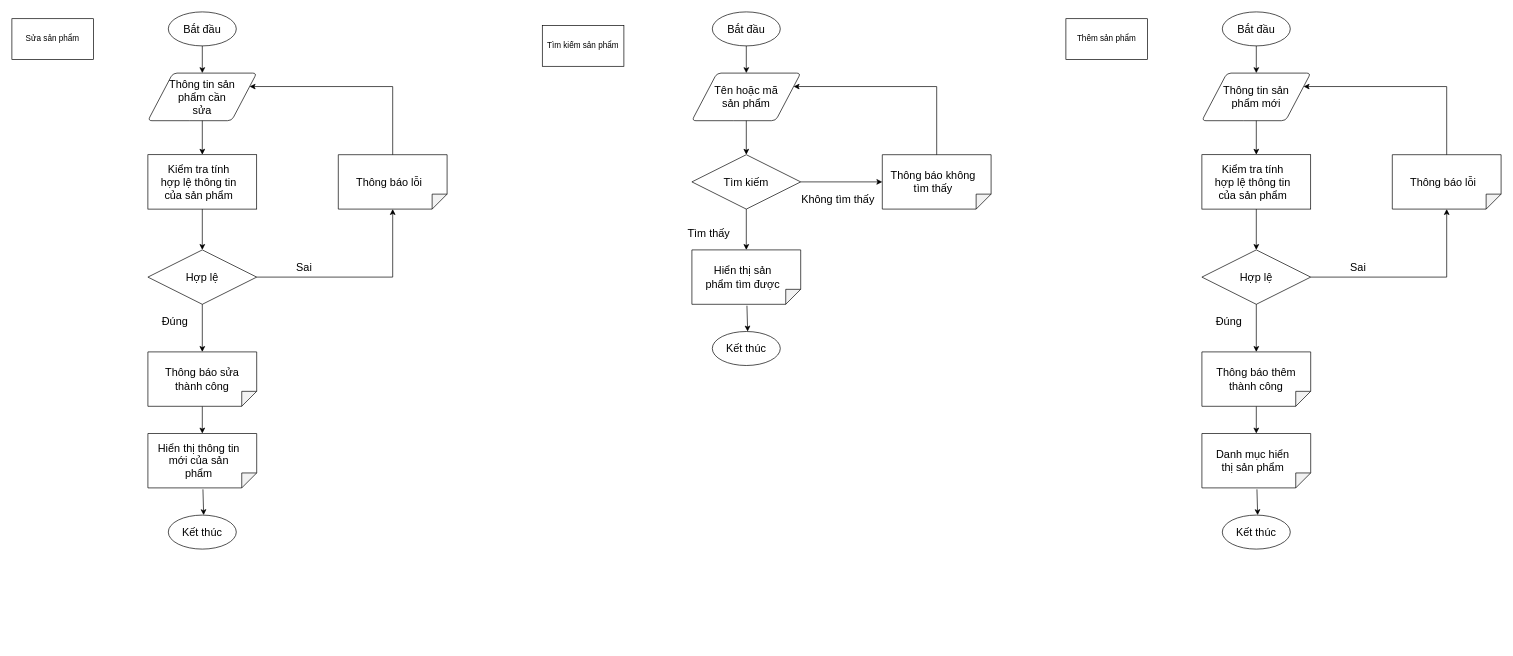
This is BRD & PRD/PRD/Drawio/Workflow_QL sản phẩm.drawio from hungtadasuke/CoffeShop_SoftwareTechnology, a draw.io file, before an edit. Source tidied: cells renumbered, new cells numbered last; positions are measured from the earlier drawing's top-left corner, leaving out a move shared by most shapes. Both pictures are drawn from the tidied source at 68%, with x=0, y=0 at pixel (12, 12).
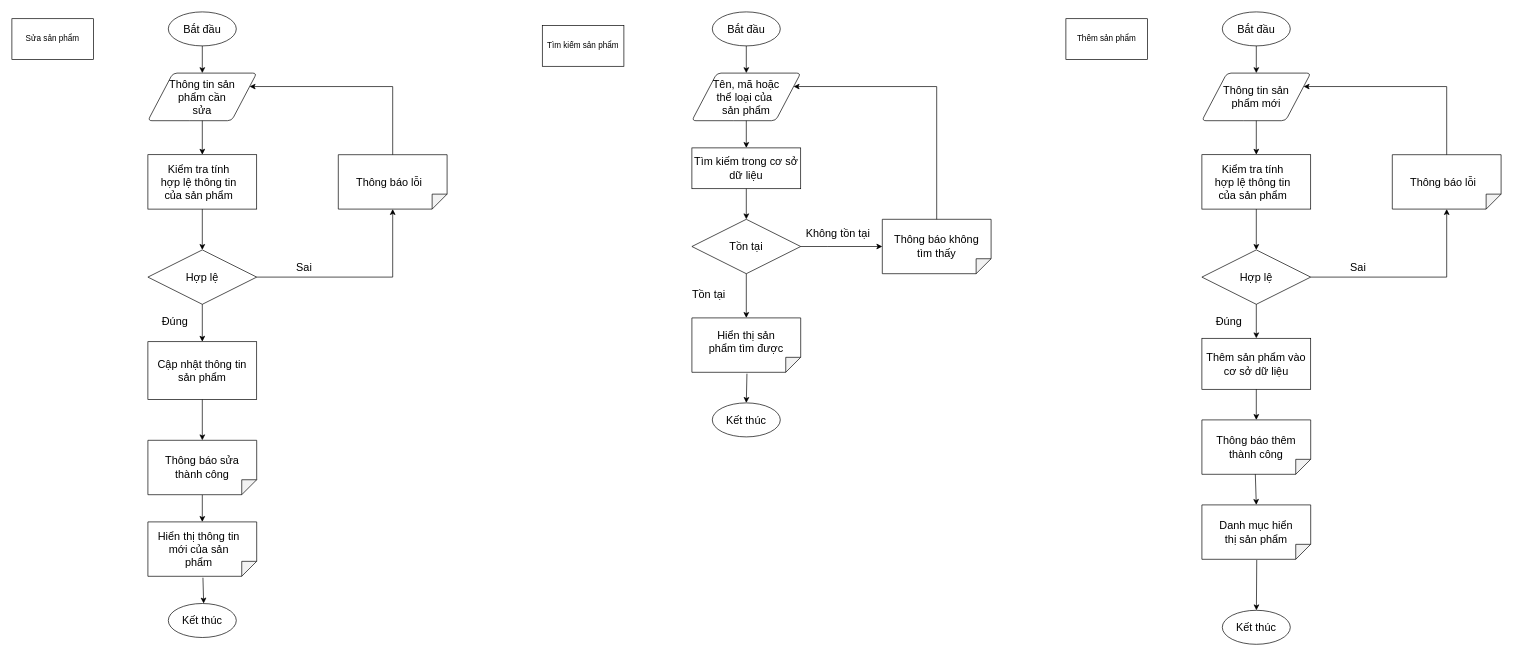
The same diagram, later.

Unchanged cells that the change refers to:
```xml
<mxCell id="11" style="rhombus;whiteSpace=wrap;html=1;fontSize=16;strokeWidth=1;" parent="1" vertex="1">
  <mxGeometry x="1750" y="350" width="160" height="80" as="geometry" />
</mxCell>
<mxCell id="58" style="rhombus;whiteSpace=wrap;html=1;fontSize=16;strokeWidth=1;" parent="1" vertex="1">
  <mxGeometry x="200" y="350" width="160" height="80" as="geometry" />
</mxCell>
```

The edit, as a diff of the source:
```diff
@@
-    <mxCell id="13" style="endArrow=classic;html=1;rounded=0;fontSize=16;strokeWidth=1;exitX=0.5;exitY=1;exitDx=0;exitDy=0;" parent="1" edge="1" source="11">
-      <mxGeometry relative="1" as="geometry">
-        <mxPoint x="1830" y="500" as="targetPoint" />
-      </mxGeometry>
+    <mxCell id="13" style="endArrow=classic;html=1;rounded=0;fontSize=16;strokeWidth=1;exitX=0.5;exitY=1;exitDx=0;exitDy=0;entryX=0.5;entryY=0;entryDx=0;entryDy=0;" parent="1" edge="1" source="11" target="76">
+      <mxGeometry relative="1" as="geometry" />
     </mxCell>
@@
     <mxCell id="15" style="shape=note;whiteSpace=wrap;html=1;backgroundOutline=1;darkOpacity=0.05;fontSize=16;strokeWidth=1;rotation=90;size=22;" parent="1" vertex="1">
-      <mxGeometry x="1790" y="580" width="80" height="160" as="geometry" />
+      <mxGeometry x="1790" y="685" width="80" height="160" as="geometry" />
     </mxCell>
-    <mxCell id="16" style="endArrow=classic;html=1;rounded=0;fontSize=16;strokeWidth=1;exitX=0.5;exitY=1;exitDx=0;exitDy=0;" parent="1" edge="1">
-      <mxGeometry relative="1" as="geometry">
-        <mxPoint x="1830" y="580" as="sourcePoint" />
-        <mxPoint x="1830" y="620" as="targetPoint" />
-      </mxGeometry>
+    <mxCell id="16" style="endArrow=classic;html=1;rounded=0;fontSize=16;strokeWidth=1;exitX=0.993;exitY=0.509;exitDx=0;exitDy=0;entryX=0;entryY=0.5;entryDx=0;entryDy=0;entryPerimeter=0;exitPerimeter=0;" parent="1" edge="1" source="25" target="15">
+      <mxGeometry relative="1" as="geometry" />
     </mxCell>
     <mxCell id="17" value="Danh mục hiển thị sản phẩm" style="text;html=1;strokeColor=none;fillColor=none;align=center;verticalAlign=middle;whiteSpace=wrap;rounded=0;fontSize=16;fontStyle=0;strokeWidth=1;" parent="1" vertex="1">
-      <mxGeometry x="1760" y="645" width="130" height="30" as="geometry" />
+      <mxGeometry x="1765" y="750" width="130" height="30" as="geometry" />
     </mxCell>
@@
-    <mxCell id="20" style="endArrow=classic;html=1;rounded=0;fontSize=16;strokeWidth=1;exitX=1.026;exitY=0.494;exitDx=0;exitDy=0;exitPerimeter=0;" parent="1" edge="1" source="15">
-      <mxGeometry relative="1" as="geometry">
-        <mxPoint x="1832" y="740" as="targetPoint" />
-      </mxGeometry>
+    <mxCell id="20" style="endArrow=classic;html=1;rounded=0;fontSize=16;strokeWidth=1;exitX=1.013;exitY=0.496;exitDx=0;exitDy=0;exitPerimeter=0;" parent="1" edge="1" source="15" target="21">
+      <mxGeometry relative="1" as="geometry" />
     </mxCell>
-    <mxCell id="21" style="strokeWidth=1;html=1;shape=mxgraph.flowchart.start_1;whiteSpace=wrap;fontStyle=0;fontSize=16;" parent="1" vertex="1">
-      <mxGeometry x="1780" y="740" width="100" height="50" as="geometry" />
+    <mxCell id="21" value="&lt;span&gt;Kết thúc&lt;/span&gt;" style="strokeWidth=1;html=1;shape=mxgraph.flowchart.start_1;whiteSpace=wrap;fontStyle=0;fontSize=16;" parent="1" vertex="1">
+      <mxGeometry x="1780" y="880" width="100" height="50" as="geometry" />
     </mxCell>
-    <mxCell id="22" value="&lt;span style=&quot;font-size: 16px&quot;&gt;&lt;font style=&quot;font-size: 16px&quot;&gt;Kết thúc&lt;/font&gt;&lt;/span&gt;" style="text;html=1;strokeColor=none;fillColor=none;align=center;verticalAlign=middle;whiteSpace=wrap;rounded=0;strokeWidth=1;fontStyle=0;fontSize=16;" parent="1" vertex="1">
-      <mxGeometry x="1795" y="750" width="70" height="30" as="geometry" />
-    </mxCell>
@@
     <mxCell id="25" style="shape=note;whiteSpace=wrap;html=1;backgroundOutline=1;darkOpacity=0.05;fontSize=16;strokeWidth=1;rotation=90;size=22;" parent="1" vertex="1">
-      <mxGeometry x="1790" y="460" width="80" height="160" as="geometry" />
+      <mxGeometry x="1790" y="560" width="80" height="160" as="geometry" />
     </mxCell>
     <mxCell id="26" value="&lt;span style=&quot;font-size: 16px ; background-color: rgb(255 , 255 , 255)&quot;&gt;Thông báo thêm thành công&lt;/span&gt;" style="text;html=1;strokeColor=none;fillColor=none;align=center;verticalAlign=middle;whiteSpace=wrap;rounded=0;" parent="1" vertex="1">
-      <mxGeometry x="1770" y="525" width="120" height="30" as="geometry" />
+      <mxGeometry x="1770" y="625" width="120" height="30" as="geometry" />
     </mxCell>
@@
-    <mxCell id="34" value="Tên hoặc mã sản phẩm" style="text;html=1;strokeColor=none;fillColor=none;align=center;verticalAlign=middle;whiteSpace=wrap;rounded=0;fontSize=16;fontStyle=0;strokeWidth=1;" parent="1" vertex="1">
+    <mxCell id="34" value="Tên, mã&amp;nbsp;&lt;font style=&quot;font-size: 16px&quot;&gt;&lt;span lang=&quot;VI&quot; style=&quot;line-height: 107%&quot;&gt;hoặc thể loại&lt;/span&gt;&lt;span style=&quot;line-height: 107%&quot;&gt; của&lt;/span&gt;&lt;/font&gt;&lt;span style=&quot;font-size: 13pt ; line-height: 107%&quot;&gt;&amp;nbsp;&lt;/span&gt;&lt;br&gt;sản phẩm" style="text;html=1;strokeColor=none;fillColor=none;align=center;verticalAlign=middle;whiteSpace=wrap;rounded=0;fontSize=16;fontStyle=0;strokeWidth=1;" parent="1" vertex="1">
       <mxGeometry x="1030" y="110" width="100" height="30" as="geometry" />
     </mxCell>
-    <mxCell id="35" style="endArrow=classic;html=1;rounded=0;fontSize=16;strokeWidth=1;" parent="1" edge="1">
+    <mxCell id="35" style="endArrow=classic;html=1;rounded=0;fontSize=16;strokeWidth=1;entryX=0.5;entryY=0;entryDx=0;entryDy=0;" parent="1" edge="1" target="78">
       <mxGeometry relative="1" as="geometry">
         <mxPoint x="1080" y="160" as="sourcePoint" />
-        <mxPoint x="1080" y="210" as="targetPoint" />
       </mxGeometry>
     </mxCell>
-    <mxCell id="36" value="Tìm kiếm" style="rhombus;whiteSpace=wrap;html=1;fontSize=16;strokeWidth=1;" parent="1" vertex="1">
-      <mxGeometry x="1000" y="210" width="160" height="80" as="geometry" />
+    <mxCell id="36" value="Tồn tại" style="rhombus;whiteSpace=wrap;html=1;fontSize=16;strokeWidth=1;" parent="1" vertex="1">
+      <mxGeometry x="1000" y="305" width="160" height="80" as="geometry" />
     </mxCell>
-    <mxCell id="37" value="&lt;span style=&quot;font-size: 16px&quot;&gt;&lt;font style=&quot;font-size: 16px&quot;&gt;Tìm thấy&lt;/font&gt;&lt;/span&gt;" style="text;html=1;strokeColor=none;fillColor=none;align=center;verticalAlign=middle;whiteSpace=wrap;rounded=0;strokeWidth=1;fontStyle=0;fontSize=16;" parent="1" vertex="1">
-      <mxGeometry x="990" y="310" width="70" height="30" as="geometry" />
+    <mxCell id="37" value="Tồn tại" style="text;html=1;strokeColor=none;fillColor=none;align=center;verticalAlign=middle;whiteSpace=wrap;rounded=0;strokeWidth=1;fontStyle=0;fontSize=16;" parent="1" vertex="1">
+      <mxGeometry x="990" y="400" width="70" height="30" as="geometry" />
     </mxCell>
-    <mxCell id="38" style="endArrow=classic;html=1;rounded=0;fontSize=16;strokeWidth=1;exitX=0.5;exitY=1;exitDx=0;exitDy=0;" parent="1" edge="1" source="36">
-      <mxGeometry relative="1" as="geometry">
-        <mxPoint x="1080" y="350" as="targetPoint" />
-      </mxGeometry>
+    <mxCell id="38" style="endArrow=classic;html=1;rounded=0;fontSize=16;strokeWidth=1;exitX=0.5;exitY=1;exitDx=0;exitDy=0;" parent="1" edge="1" source="36" target="39">
+      <mxGeometry relative="1" as="geometry" />
     </mxCell>
     <mxCell id="39" style="shape=note;whiteSpace=wrap;html=1;backgroundOutline=1;darkOpacity=0.05;fontSize=16;strokeWidth=1;rotation=90;size=22;" parent="1" vertex="1">
-      <mxGeometry x="1040" y="310" width="80" height="160" as="geometry" />
+      <mxGeometry x="1040" y="410" width="80" height="160" as="geometry" />
     </mxCell>
     <mxCell id="40" value="Hiển thị sản phẩm tìm được" style="text;html=1;strokeColor=none;fillColor=none;align=center;verticalAlign=middle;whiteSpace=wrap;rounded=0;fontSize=16;fontStyle=0;strokeWidth=1;" parent="1" vertex="1">
-      <mxGeometry x="1010" y="375" width="130" height="30" as="geometry" />
+      <mxGeometry x="1015" y="470" width="130" height="30" as="geometry" />
     </mxCell>
-    <mxCell id="41" value="Không tìm thấy" style="text;html=1;strokeColor=none;fillColor=none;align=center;verticalAlign=middle;whiteSpace=wrap;rounded=0;fontSize=16;" parent="1" vertex="1">
-      <mxGeometry x="1160" y="260" width="110" height="30" as="geometry" />
+    <mxCell id="41" value="Không tồn tại" style="text;html=1;strokeColor=none;fillColor=none;align=center;verticalAlign=middle;whiteSpace=wrap;rounded=0;fontSize=16;" parent="1" vertex="1">
+      <mxGeometry x="1160" y="310" width="110" height="30" as="geometry" />
     </mxCell>
-    <mxCell id="42" style="endArrow=classic;html=1;rounded=0;fontSize=16;strokeWidth=1;exitX=1.026;exitY=0.494;exitDx=0;exitDy=0;exitPerimeter=0;" parent="1" edge="1" source="39">
-      <mxGeometry relative="1" as="geometry">
-        <mxPoint x="1082" y="470" as="targetPoint" />
-      </mxGeometry>
+    <mxCell id="42" style="endArrow=classic;html=1;rounded=0;fontSize=16;strokeWidth=1;exitX=1.026;exitY=0.494;exitDx=0;exitDy=0;exitPerimeter=0;entryX=0.5;entryY=0;entryDx=0;entryDy=0;entryPerimeter=0;" parent="1" edge="1" source="39" target="43">
+      <mxGeometry relative="1" as="geometry" />
     </mxCell>
-    <mxCell id="43" style="strokeWidth=1;html=1;shape=mxgraph.flowchart.start_1;whiteSpace=wrap;fontStyle=0;fontSize=16;" parent="1" vertex="1">
-      <mxGeometry x="1030" y="470" width="100" height="50" as="geometry" />
+    <mxCell id="43" value="&lt;span&gt;Kết thúc&lt;/span&gt;" style="strokeWidth=1;html=1;shape=mxgraph.flowchart.start_1;whiteSpace=wrap;fontStyle=0;fontSize=16;" parent="1" vertex="1">
+      <mxGeometry x="1030" y="575" width="100" height="50" as="geometry" />
     </mxCell>
-    <mxCell id="44" value="&lt;span style=&quot;font-size: 16px&quot;&gt;&lt;font style=&quot;font-size: 16px&quot;&gt;Kết thúc&lt;/font&gt;&lt;/span&gt;" style="text;html=1;strokeColor=none;fillColor=none;align=center;verticalAlign=middle;whiteSpace=wrap;rounded=0;strokeWidth=1;fontStyle=0;fontSize=16;" parent="1" vertex="1">
-      <mxGeometry x="1045" y="480" width="70" height="30" as="geometry" />
-    </mxCell>
     <mxCell id="45" style="shape=note;whiteSpace=wrap;html=1;backgroundOutline=1;darkOpacity=0.05;fontSize=16;strokeWidth=1;rotation=90;size=22;" parent="1" vertex="1">
-      <mxGeometry x="1320" y="170" width="80" height="160" as="geometry" />
+      <mxGeometry x="1320" y="265" width="80" height="160" as="geometry" />
     </mxCell>
     <mxCell id="46" value="Thông báo không tìm thấy" style="text;html=1;strokeColor=none;fillColor=none;align=center;verticalAlign=middle;whiteSpace=wrap;rounded=0;fontSize=16;fontStyle=0;strokeWidth=1;" parent="1" vertex="1">
-      <mxGeometry x="1290" y="235" width="130" height="30" as="geometry" />
+      <mxGeometry x="1295" y="330" width="130" height="30" as="geometry" />
     </mxCell>
@@
     <mxCell id="48" style="edgeStyle=segmentEdgeStyle;endArrow=classic;html=1;rounded=0;exitX=1;exitY=0.5;exitDx=0;exitDy=0;entryX=0.5;entryY=1;entryDx=0;entryDy=0;entryPerimeter=0;" parent="1" edge="1" source="36" target="45">
-      <mxGeometry relative="1" as="geometry" />
+      <mxGeometry relative="1" as="geometry">
+        <Array as="points">
+          <mxPoint x="1200" y="345" />
+          <mxPoint x="1200" y="345" />
+        </Array>
+      </mxGeometry>
     </mxCell>
@@
-    <mxCell id="60" style="endArrow=classic;html=1;rounded=0;fontSize=16;strokeWidth=1;exitX=0.5;exitY=1;exitDx=0;exitDy=0;" parent="1" edge="1" source="58">
-      <mxGeometry relative="1" as="geometry">
-        <mxPoint x="280" y="500" as="targetPoint" />
-      </mxGeometry>
+    <mxCell id="60" style="endArrow=classic;html=1;rounded=0;fontSize=16;strokeWidth=1;exitX=0.5;exitY=1;exitDx=0;exitDy=0;entryX=0.5;entryY=0;entryDx=0;entryDy=0;" parent="1" edge="1" source="58" target="80">
+      <mxGeometry relative="1" as="geometry" />
     </mxCell>
@@
     <mxCell id="62" style="shape=note;whiteSpace=wrap;html=1;backgroundOutline=1;darkOpacity=0.05;fontSize=16;strokeWidth=1;rotation=90;size=22;" parent="1" vertex="1">
-      <mxGeometry x="240" y="580" width="80" height="160" as="geometry" />
+      <mxGeometry x="240" y="710" width="80" height="160" as="geometry" />
     </mxCell>
     <mxCell id="63" style="endArrow=classic;html=1;rounded=0;fontSize=16;strokeWidth=1;exitX=0.5;exitY=1;exitDx=0;exitDy=0;" parent="1" edge="1">
       <mxGeometry relative="1" as="geometry">
-        <mxPoint x="280" y="580" as="sourcePoint" />
-        <mxPoint x="280" y="620" as="targetPoint" />
+        <mxPoint x="280" y="710" as="sourcePoint" />
+        <mxPoint x="280" y="750" as="targetPoint" />
       </mxGeometry>
     </mxCell>
     <mxCell id="64" value="Hiển thị thông tin mới của sản phẩm" style="text;html=1;strokeColor=none;fillColor=none;align=center;verticalAlign=middle;whiteSpace=wrap;rounded=0;fontSize=16;fontStyle=0;strokeWidth=1;" parent="1" vertex="1">
-      <mxGeometry x="210" y="645" width="130" height="30" as="geometry" />
+      <mxGeometry x="210" y="775" width="130" height="30" as="geometry" />
     </mxCell>
@@
     <mxCell id="67" style="endArrow=classic;html=1;rounded=0;fontSize=16;strokeWidth=1;exitX=1.026;exitY=0.494;exitDx=0;exitDy=0;exitPerimeter=0;" parent="1" edge="1" source="62">
       <mxGeometry relative="1" as="geometry">
-        <mxPoint x="282" y="740" as="targetPoint" />
+        <mxPoint x="282" y="870" as="targetPoint" />
       </mxGeometry>
     </mxCell>
     <mxCell id="68" style="strokeWidth=1;html=1;shape=mxgraph.flowchart.start_1;whiteSpace=wrap;fontStyle=0;fontSize=16;" parent="1" vertex="1">
-      <mxGeometry x="230" y="740" width="100" height="50" as="geometry" />
+      <mxGeometry x="230" y="870" width="100" height="50" as="geometry" />
     </mxCell>
     <mxCell id="69" value="&lt;span style=&quot;font-size: 16px&quot;&gt;&lt;font style=&quot;font-size: 16px&quot;&gt;Kết thúc&lt;/font&gt;&lt;/span&gt;" style="text;html=1;strokeColor=none;fillColor=none;align=center;verticalAlign=middle;whiteSpace=wrap;rounded=0;strokeWidth=1;fontStyle=0;fontSize=16;" parent="1" vertex="1">
-      <mxGeometry x="245" y="750" width="70" height="30" as="geometry" />
+      <mxGeometry x="245" y="880" width="70" height="30" as="geometry" />
     </mxCell>
@@
     <mxCell id="72" style="shape=note;whiteSpace=wrap;html=1;backgroundOutline=1;darkOpacity=0.05;fontSize=16;strokeWidth=1;rotation=90;size=22;" parent="1" vertex="1">
-      <mxGeometry x="240" y="460" width="80" height="160" as="geometry" />
+      <mxGeometry x="240" y="590" width="80" height="160" as="geometry" />
     </mxCell>
     <mxCell id="73" value="&lt;span style=&quot;font-size: 16px ; background-color: rgb(255 , 255 , 255)&quot;&gt;Thông báo sửa thành công&lt;/span&gt;" style="text;html=1;strokeColor=none;fillColor=none;align=center;verticalAlign=middle;whiteSpace=wrap;rounded=0;" parent="1" vertex="1">
-      <mxGeometry x="220" y="525" width="120" height="30" as="geometry" />
+      <mxGeometry x="220" y="655" width="120" height="30" as="geometry" />
     </mxCell>
@@
+    <mxCell id="76" value="&lt;font style=&quot;font-size: 16px&quot;&gt;Thêm sản phẩm vào cơ sở dữ liệu&lt;/font&gt;" style="rounded=0;whiteSpace=wrap;html=1;" parent="1" vertex="1">
+      <mxGeometry x="1750" y="480" width="160" height="75" as="geometry" />
+    </mxCell>
+    <mxCell id="77" style="endArrow=classic;html=1;rounded=0;fontSize=16;exitX=0.5;exitY=1;exitDx=0;exitDy=0;entryX=0;entryY=0.5;entryDx=0;entryDy=0;entryPerimeter=0;" parent="1" edge="1" source="76" target="25">
+      <mxGeometry relative="1" as="geometry" />
+    </mxCell>
+    <mxCell id="78" value="Tìm kiếm trong cơ sở dữ liệu" style="rounded=0;whiteSpace=wrap;html=1;fontSize=16;" parent="1" vertex="1">
+      <mxGeometry x="1000" y="200" width="160" height="60" as="geometry" />
+    </mxCell>
+    <mxCell id="79" style="endArrow=classic;html=1;rounded=0;fontSize=16;exitX=0.5;exitY=1;exitDx=0;exitDy=0;entryX=0.5;entryY=0;entryDx=0;entryDy=0;" parent="1" edge="1" source="78" target="36">
+      <mxGeometry relative="1" as="geometry" />
+    </mxCell>
+    <mxCell id="80" value="Cập nhật thông tin sản phẩm" style="rounded=0;whiteSpace=wrap;html=1;fontSize=16;" parent="1" vertex="1">
+      <mxGeometry x="200" y="485" width="160" height="85" as="geometry" />
+    </mxCell>
+    <mxCell id="81" style="endArrow=classic;html=1;rounded=0;fontSize=16;exitX=0.5;exitY=1;exitDx=0;exitDy=0;" parent="1" edge="1" source="80" target="72">
+      <mxGeometry relative="1" as="geometry" />
+    </mxCell>
```
